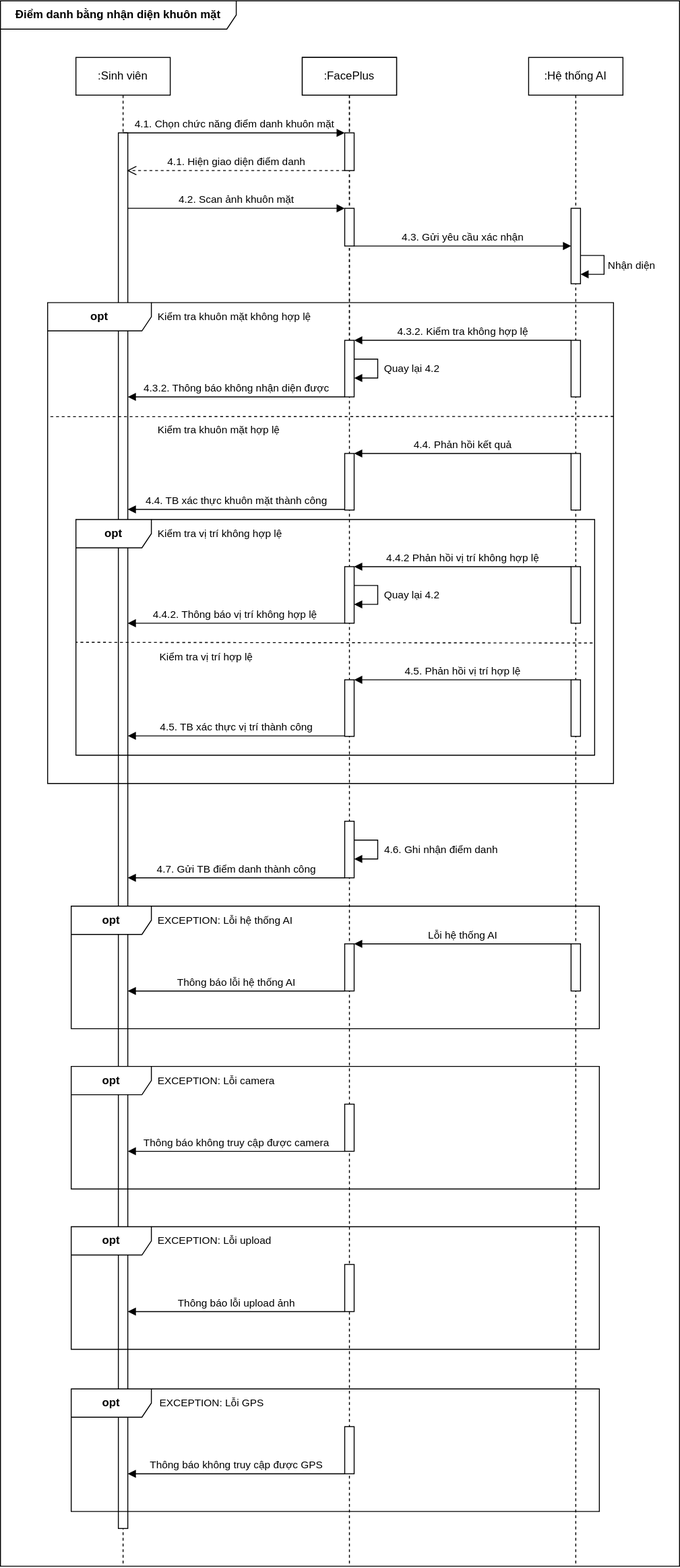
minh071289/AI_system keeps this draw.io diagram as Sequence2402_4.drawio.svg. Above is the earlier version. Source tidied: cells renumbered, new cells last; positions are measured from the earlier drawing's top-left corner, leaving out a move shared by most shapes.
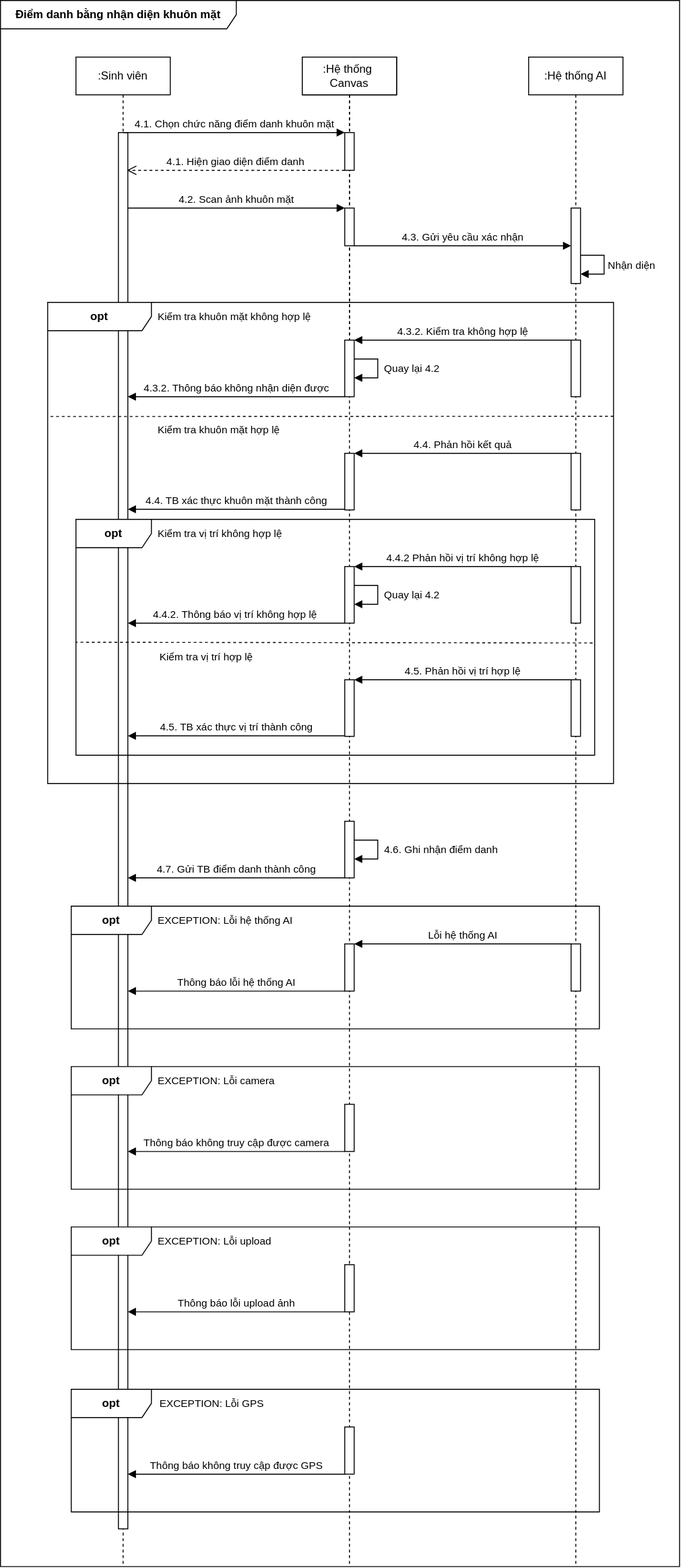
The same file after the commit.

The edit, as a diff of the source:
```diff
@@ -14,7 +14,7 @@
     <mxCell id="5" value=":FacePlus&lt;span style=&quot;color: rgba(0, 0, 0, 0); font-family: monospace; font-size: 0px; text-align: start; text-wrap-mode: nowrap;&quot;&gt;%3CmxGraphModel%3E%3Croot%3E%3CmxCell%20id%3D%220%22%2F%3E%3CmxCell%20id%3D%221%22%20parent%3D%220%22%2F%3E%3CmxCell%20id%3D%222%22%20value%3D%22%3ASinh%20vi%C3%AAn%22%20style%3D%22shape%3DumlLifeline%3Bperimeter%3DlifelinePerimeter%3BwhiteSpace%3Dwrap%3Bhtml%3D1%3Bcontainer%3D1%3BdropTarget%3D0%3Bcollapsible%3D0%3BrecursiveResize%3D0%3BoutlineConnect%3D0%3BportConstraint%3Deastwest%3BnewEdgeStyle%3D%7B%26quot%3Bcurved%26quot%3B%3A0%2C%26quot%3Brounded%26quot%3B%3A0%7D%3B%22%20vertex%3D%221%22%20parent%3D%221%22%3E%3CmxGeometry%20x%3D%22110%22%20y%3D%22140%22%20width%3D%22100%22%20height%3D%22300%22%20as%3D%22geometry%22%2F%3E%3C%2FmxCell%3E%3C%2Froot%3E%3C%2FmxGraphModel%3E&lt;/span&gt;" style="shape=umlLifeline;perimeter=lifelinePerimeter;whiteSpace=wrap;html=1;newEdgeStyle={&quot;curved&quot;:0,&quot;rounded&quot;:0};" parent="1" vertex="1">
       <mxGeometry x="320" y="60" width="100" height="300" as="geometry" />
     </mxCell>
-    <mxCell id="6" value=":FacePlus&lt;span style=&quot;color: rgba(0, 0, 0, 0); font-family: monospace; font-size: 0px; text-align: start; text-wrap-mode: nowrap;&quot;&gt;%3CmxGraphModel%3E%3Croot%3E%3CmxCell%20id%3D%220%22%2F%3E%3CmxCell%20id%3D%221%22%20parent%3D%220%22%2F%3E%3CmxCell%20id%3D%222%22%20value%3D%22%3ASinh%20vi%C3%AAn%22%20style%3D%22shape%3DumlLifeline%3Bperimeter%3DlifelinePerimeter%3BwhiteSpace%3Dwrap%3Bhtml%3D1%3Bcontainer%3D1%3BdropTarget%3D0%3Bcollapsible%3D0%3BrecursiveResize%3D0%3BoutlineConnect%3D0%3BportConstraint%3Deastwest%3BnewEdgeStyle%3D%7B%26quot%3Bcurved%26quot%3B%3A0%2C%26quot%3Brounded%26quot%3B%3A0%7D%3B%22%20vertex%3D%221%22%20parent%3D%221%22%3E%3CmxGeometry%20x%3D%22110%22%20y%3D%22140%22%20width%3D%22100%22%20height%3D%22300%22%20as%3D%22geometry%22%2F%3E%3C%2FmxCell%3E%3C%2Froot%3E%3C%2FmxGraphModel%3E&lt;/span&gt;" style="shape=umlLifeline;perimeter=lifelinePerimeter;whiteSpace=wrap;html=1;newEdgeStyle={&quot;curved&quot;:0,&quot;rounded&quot;:0};" parent="1" vertex="1">
+    <mxCell id="6" value=":Hệ thống&amp;nbsp;&lt;div&gt;Canvas&lt;/div&gt;" style="shape=umlLifeline;perimeter=lifelinePerimeter;whiteSpace=wrap;html=1;newEdgeStyle={&quot;curved&quot;:0,&quot;rounded&quot;:0};" parent="1" vertex="1">
       <mxGeometry x="320" y="60" width="100" height="1600" as="geometry" />
     </mxCell>
     <mxCell id="7" style="html=1;points=[[0,0,0,0,5],[0,1,0,0,-5],[1,0,0,0,5],[1,1,0,0,-5]];perimeter=orthogonalPerimeter;outlineConnect=0;targetShapes=umlLifeline;portConstraint=eastwest;newEdgeStyle={&quot;curved&quot;:0,&quot;rounded&quot;:0};" parent="6" vertex="1">
```
